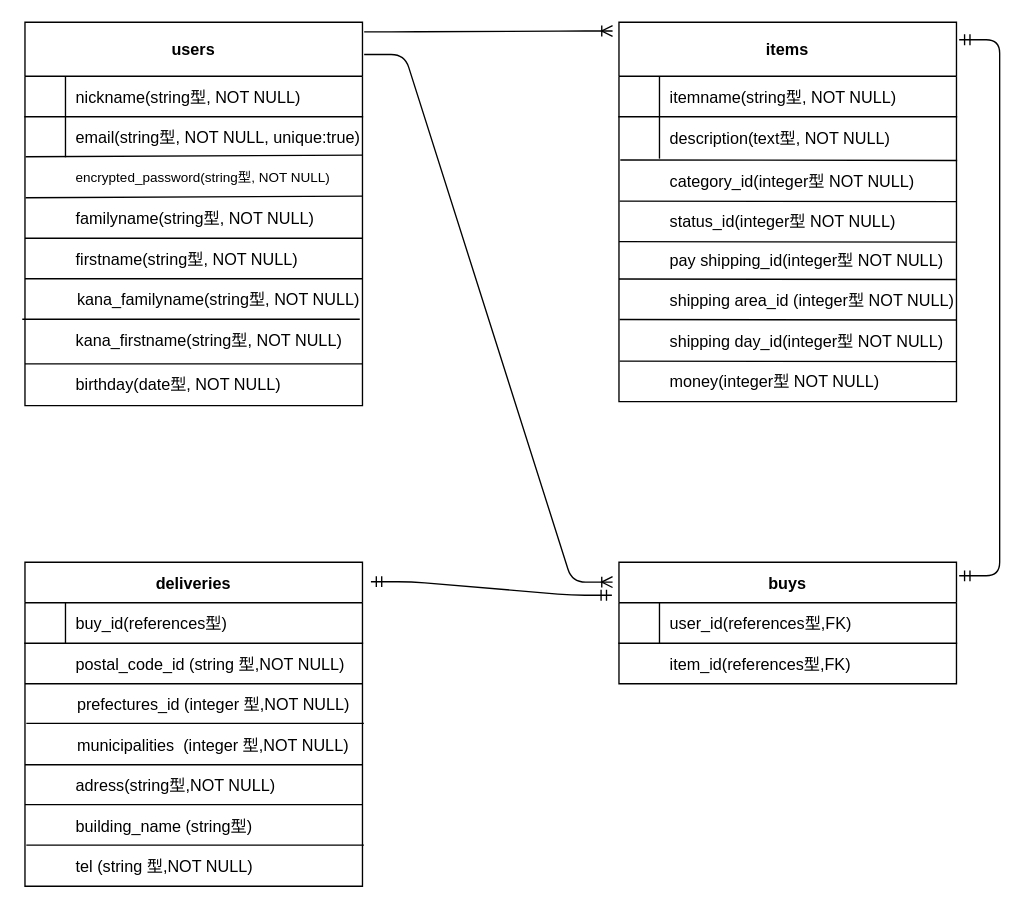
This is 名称未設定ファイル.drawio from Re-OKMT/furima-34736, a draw.io file, before an edit. Source tidied: cells renumbered, new cells numbered last; positions are measured from the earlier drawing's top-left corner, leaving out a move shared by most shapes. Both pictures are drawn from the tidied source at 135%, with x=0, y=0 at pixel (22, 22).
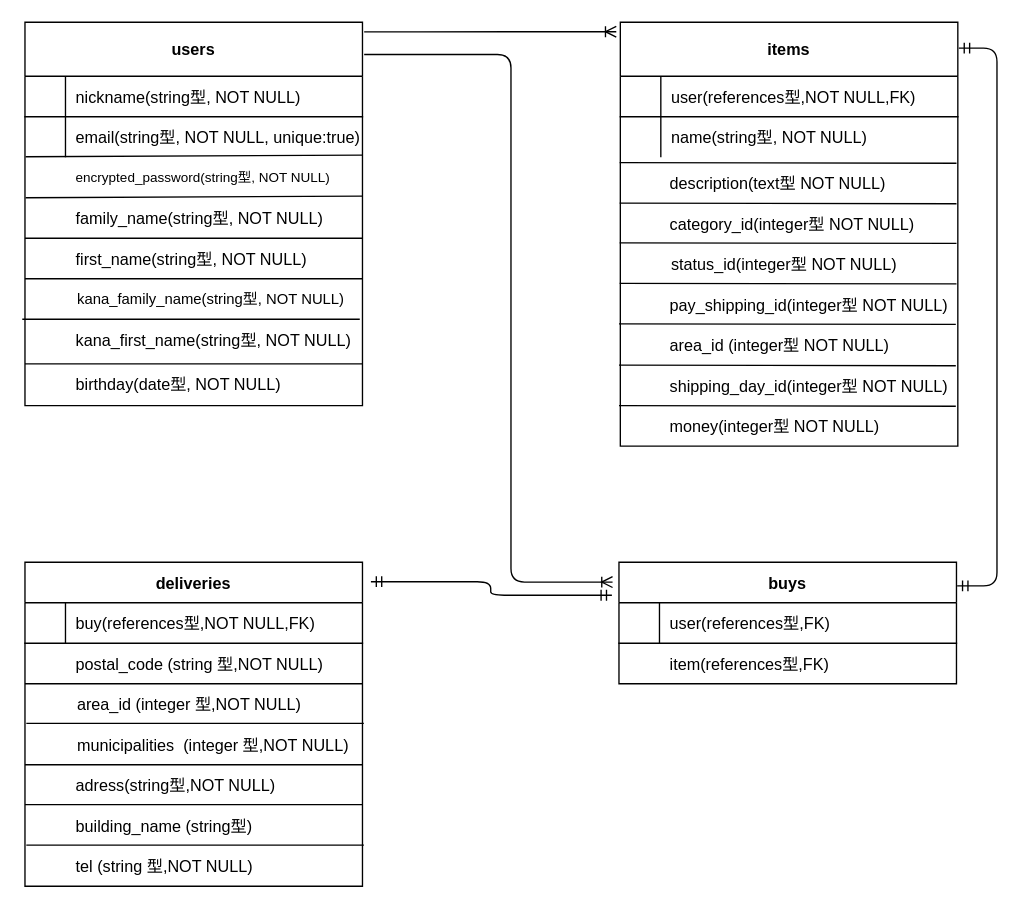
Above is the later version.

Commit message:
名称未設定ファイル.drawio を更新します

Unchanged cells that the change refers to:
```xml
<mxCell id="2" value="buys" style="shape=table;startSize=30;childLayout=tableLayout;rowLines=0;fontStyle=1;align=center;" parent="1" vertex="1">
  <mxGeometry x="442" y="400" width="250" height="90" as="geometry" />
</mxCell>
<mxCell id="3" style="shape=partialRectangle;fillColor=none;points=[[0,0.5],[1,0.5]];portConstraint=eastwest;top=0;left=0;right=0;bottom=1;fontStyle=0;" parent="2" vertex="1">
  <mxGeometry y="30" width="250" height="30" as="geometry" />
</mxCell>
<mxCell id="6" value="users" style="shape=table;startSize=40;childLayout=tableLayout;rowLines=0;fontStyle=1;align=center;" parent="1" vertex="1">
  <mxGeometry x="2" width="250" height="284" as="geometry" />
</mxCell>
<mxCell id="22" value="deliveries" style="shape=table;startSize=30;childLayout=tableLayout;rowLines=0;fontStyle=1;align=center;" parent="1" vertex="1">
  <mxGeometry x="2" y="400" width="250" height="240" as="geometry" />
</mxCell>
```

The edit, as a diff of the source:
```diff
@@
+    <mxCell id="43" value="items" style="shape=table;startSize=40;childLayout=tableLayout;rowLines=0;fontStyle=1;align=center;" parent="1" vertex="1">
+      <mxGeometry x="443" width="250" height="314" as="geometry" />
+    </mxCell>
+    <mxCell id="44" style="shape=partialRectangle;fillColor=none;top=0;left=0;right=0;bottom=1;" parent="43" vertex="1">
+      <mxGeometry y="40" width="250" height="30" as="geometry" />
+    </mxCell>
+    <mxCell id="45" style="shape=partialRectangle;overflow=hidden;fillColor=none;top=0;left=0;bottom=0;right=0;fontStyle=1;" parent="44" vertex="1">
+      <mxGeometry width="30" height="30" as="geometry" />
+    </mxCell>
+    <mxCell id="66" value="user(references型,NOT NULL,FK)" style="shape=partialRectangle;overflow=hidden;fillColor=none;top=0;left=0;bottom=0;right=0;align=left;spacingLeft=6;fontStyle=0;" parent="44" vertex="1">
+      <mxGeometry x="30" width="220" height="30" as="geometry" />
+    </mxCell>
+    <mxCell id="67" style="shape=partialRectangle;fillColor=none;top=0;left=0;right=0;bottom=0;fontStyle=0;" parent="43" vertex="1">
+      <mxGeometry y="70" width="250" height="30" as="geometry" />
+    </mxCell>
+    <mxCell id="68" style="shape=partialRectangle;overflow=hidden;fillColor=none;top=0;left=0;bottom=0;right=0;fontStyle=0;" parent="67" vertex="1">
+      <mxGeometry width="30" height="30" as="geometry" />
+    </mxCell>
+    <mxCell id="69" value="name(string型, NOT NULL)" style="shape=partialRectangle;overflow=hidden;fillColor=none;top=0;left=0;bottom=0;right=0;align=left;spacingLeft=6;fontStyle=0;" parent="67" vertex="1">
+      <mxGeometry x="30" width="220" height="30" as="geometry" />
+    </mxCell>
+    <mxCell id="64" style="edgeStyle=orthogonalEdgeStyle;fontSize=12;html=1;endArrow=ERmandOne;startArrow=ERmandOne;exitX=1.002;exitY=0.194;exitDx=0;exitDy=0;exitPerimeter=0;entryX=1.003;entryY=0.061;entryDx=0;entryDy=0;entryPerimeter=0;" parent="1" edge="1" source="2" target="43">
+      <mxGeometry relative="1" as="geometry">
+        <Array as="points">
+          <mxPoint x="722" y="417" />
+          <mxPoint x="722" y="19" />
+        </Array>
+      </mxGeometry>
+    </mxCell>
@@
-    <mxCell id="5" value="user_id(references型,FK)" style="shape=partialRectangle;overflow=hidden;fillColor=none;top=0;left=0;bottom=0;right=0;align=left;spacingLeft=6;fontStyle=0;" parent="3" vertex="1">
+    <mxCell id="5" value="user(references型,FK)" style="shape=partialRectangle;overflow=hidden;fillColor=none;top=0;left=0;bottom=0;right=0;align=left;spacingLeft=6;fontStyle=0;" parent="3" vertex="1">
       <mxGeometry x="30" width="220" height="30" as="geometry" />
     </mxCell>
@@
-    <mxCell id="17" value="familyname(string型, NOT NULL)" style="shape=partialRectangle;overflow=hidden;fillColor=none;top=0;left=0;bottom=0;right=0;align=left;spacingLeft=6;fontStyle=0;" parent="1" vertex="1">
+    <mxCell id="17" value="family_name(string型, NOT NULL)" style="shape=partialRectangle;overflow=hidden;fillColor=none;top=0;left=0;bottom=0;right=0;align=left;spacingLeft=6;fontStyle=0;" parent="1" vertex="1">
       <mxGeometry x="32" y="130" width="220" height="30" as="geometry" />
     </mxCell>
@@
-    <mxCell id="19" value="firstname(string型, NOT NULL)" style="shape=partialRectangle;overflow=hidden;fillColor=none;top=0;left=0;bottom=0;right=0;align=left;spacingLeft=6;fontStyle=0;" parent="1" vertex="1">
+    <mxCell id="19" value="first_name(string型, NOT NULL)" style="shape=partialRectangle;overflow=hidden;fillColor=none;top=0;left=0;bottom=0;right=0;align=left;spacingLeft=6;fontStyle=0;" parent="1" vertex="1">
       <mxGeometry x="32" y="160" width="220" height="30" as="geometry" />
     </mxCell>
@@
-    <mxCell id="26" value="buy_id(references型)" style="shape=partialRectangle;overflow=hidden;fillColor=none;top=0;left=0;bottom=0;right=0;align=left;spacingLeft=6;fontStyle=0;" parent="1" vertex="1">
+    <mxCell id="26" value="buy(references型,NOT NULL,FK)" style="shape=partialRectangle;overflow=hidden;fillColor=none;top=0;left=0;bottom=0;right=0;align=left;spacingLeft=6;fontStyle=0;" parent="1" vertex="1">
       <mxGeometry x="32" y="430" width="220" height="30" as="geometry" />
     </mxCell>
@@
-    <mxCell id="28" value="kana_firstname(string型, NOT NULL)" style="shape=partialRectangle;overflow=hidden;fillColor=none;top=0;left=0;bottom=0;right=0;align=left;spacingLeft=6;fontStyle=0;" parent="1" vertex="1">
+    <mxCell id="28" value="kana_first_name(string型, NOT NULL)" style="shape=partialRectangle;overflow=hidden;fillColor=none;top=0;left=0;bottom=0;right=0;align=left;spacingLeft=6;fontStyle=0;" parent="1" vertex="1">
       <mxGeometry x="32" y="220" width="220" height="30" as="geometry" />
     </mxCell>
@@
-    <mxCell id="30" value="kana_familyname(string型, NOT NULL)" style="shape=partialRectangle;overflow=hidden;fillColor=none;top=0;left=0;bottom=0;right=0;align=left;spacingLeft=6;fontStyle=0;" parent="1" vertex="1">
+    <mxCell id="30" value="kana_family_name(string型, NOT NULL)" style="shape=partialRectangle;overflow=hidden;fillColor=none;top=0;left=0;bottom=0;right=0;align=left;spacingLeft=6;fontStyle=0;fontSize=11;" parent="1" vertex="1">
       <mxGeometry x="33" y="190" width="220" height="30" as="geometry" />
     </mxCell>
@@
-    <mxCell id="33" value="postal_code_id (string 型,NOT NULL)" style="shape=partialRectangle;overflow=hidden;fillColor=none;top=0;left=0;bottom=0;right=0;align=left;spacingLeft=6;fontStyle=0;fontSize=12;" parent="1" vertex="1">
+    <mxCell id="33" value="postal_code (string 型,NOT NULL)" style="shape=partialRectangle;overflow=hidden;fillColor=none;top=0;left=0;bottom=0;right=0;align=left;spacingLeft=6;fontStyle=0;fontSize=12;" parent="1" vertex="1">
       <mxGeometry x="32" y="460" width="220" height="30" as="geometry" />
     </mxCell>
-    <mxCell id="34" value="prefectures_id (integer  型,NOT NULL)" style="shape=partialRectangle;overflow=hidden;fillColor=none;top=0;left=0;bottom=0;right=0;align=left;spacingLeft=6;fontStyle=0;fontSize=12;" parent="1" vertex="1">
+    <mxCell id="34" value="area_id (integer  型,NOT NULL)" style="shape=partialRectangle;overflow=hidden;fillColor=none;top=0;left=0;bottom=0;right=0;align=left;spacingLeft=6;fontStyle=0;fontSize=12;" parent="1" vertex="1">
       <mxGeometry x="33" y="490" width="220" height="30" as="geometry" />
     </mxCell>
@@
-    <mxCell id="42" value="item_id(references型,FK)" style="shape=partialRectangle;overflow=hidden;fillColor=none;top=0;left=0;bottom=0;right=0;align=left;spacingLeft=6;fontStyle=0;" parent="1" vertex="1">
+    <mxCell id="42" value="item(references型,FK)" style="shape=partialRectangle;overflow=hidden;fillColor=none;top=0;left=0;bottom=0;right=0;align=left;spacingLeft=6;fontStyle=0;" parent="1" vertex="1">
       <mxGeometry x="472" y="460" width="220" height="30" as="geometry" />
     </mxCell>
-    <mxCell id="43" value="items" style="shape=table;startSize=40;childLayout=tableLayout;rowLines=0;fontStyle=1;align=center;" parent="1" vertex="1">
-      <mxGeometry x="442" width="250" height="281" as="geometry" />
-    </mxCell>
-    <mxCell id="44" style="shape=partialRectangle;fillColor=none;top=0;left=0;right=0;bottom=1;" parent="43" vertex="1">
-      <mxGeometry y="40" width="250" height="30" as="geometry" />
-    </mxCell>
-    <mxCell id="45" style="shape=partialRectangle;overflow=hidden;fillColor=none;top=0;left=0;bottom=0;right=0;fontStyle=1;" parent="44" vertex="1">
-      <mxGeometry width="30" height="30" as="geometry" />
-    </mxCell>
-    <mxCell id="46" value="itemname(string型, NOT NULL)" style="shape=partialRectangle;overflow=hidden;fillColor=none;top=0;left=0;bottom=0;right=0;align=left;spacingLeft=6;fontStyle=0;" parent="44" vertex="1">
-      <mxGeometry x="30" width="220" height="30" as="geometry" />
-    </mxCell>
-    <mxCell id="47" style="endArrow=none;html=1;entryX=1.002;entryY=1.044;entryDx=0;entryDy=0;entryPerimeter=0;fontStyle=0;" parent="43" edge="1" target="48">
-      <mxGeometry relative="1" as="geometry">
-        <mxPoint x="1" y="102" as="sourcePoint" />
-      </mxGeometry>
-    </mxCell>
-    <mxCell id="48" style="shape=partialRectangle;fillColor=none;points=[[0,0.5],[1,0.5]];portConstraint=eastwest;top=0;left=0;right=0;bottom=0;fontStyle=0;" parent="43" vertex="1">
-      <mxGeometry y="70" width="250" height="31" as="geometry" />
-    </mxCell>
-    <mxCell id="49" style="shape=partialRectangle;overflow=hidden;fillColor=none;top=0;left=0;bottom=0;right=0;fontStyle=0;" parent="48" vertex="1">
-      <mxGeometry width="30" height="31" as="geometry" />
-    </mxCell>
-    <mxCell id="50" value="description(text型, NOT NULL)" style="shape=partialRectangle;overflow=hidden;fillColor=none;top=0;left=0;bottom=0;right=0;align=left;spacingLeft=6;fontStyle=0;" parent="48" vertex="1">
-      <mxGeometry x="30" width="220" height="31" as="geometry" />
-    </mxCell>
     <mxCell id="51" value="category_id(integer型 NOT NULL)" style="shape=partialRectangle;overflow=hidden;fillColor=none;top=0;left=0;bottom=0;right=0;align=left;spacingLeft=6;fontStyle=0;" parent="1" vertex="1">
-      <mxGeometry x="472" y="102.5" width="220" height="30" as="geometry" />
+      <mxGeometry x="472" y="134" width="220" height="30" as="geometry" />
     </mxCell>
     <mxCell id="52" style="endArrow=none;html=1;entryX=1.002;entryY=1.044;entryDx=0;entryDy=0;entryPerimeter=0;fontStyle=0;" parent="1" edge="1">
       <mxGeometry relative="1" as="geometry">
-        <mxPoint x="442.5" y="132.5" as="sourcePoint" />
-        <mxPoint x="692" y="132.9" as="targetPoint" />
+        <mxPoint x="442.5" y="163.4" as="sourcePoint" />
+        <mxPoint x="692" y="163.8" as="targetPoint" />
       </mxGeometry>
     </mxCell>
     <mxCell id="53" value="status_id(integer型 NOT NULL)" style="shape=partialRectangle;overflow=hidden;fillColor=none;top=0;left=0;bottom=0;right=0;align=left;spacingLeft=6;fontStyle=0;" parent="1" vertex="1">
-      <mxGeometry x="472" y="132.5" width="220" height="30" as="geometry" />
+      <mxGeometry x="473" y="164" width="220" height="30" as="geometry" />
     </mxCell>
     <mxCell id="54" style="endArrow=none;html=1;entryX=1.002;entryY=1.044;entryDx=0;entryDy=0;entryPerimeter=0;fontStyle=0;" parent="1" edge="1">
       <mxGeometry relative="1" as="geometry">
-        <mxPoint x="442" y="162.5" as="sourcePoint" />
-        <mxPoint x="691.5" y="162.9" as="targetPoint" />
+        <mxPoint x="442.5" y="193.4" as="sourcePoint" />
+        <mxPoint x="692" y="193.8" as="targetPoint" />
       </mxGeometry>
     </mxCell>
-    <mxCell id="55" value="pay shipping_id(integer型 NOT NULL)" style="shape=partialRectangle;overflow=hidden;fillColor=none;top=0;left=0;bottom=0;right=0;align=left;spacingLeft=6;fontStyle=0;" parent="1" vertex="1">
-      <mxGeometry x="472" y="161" width="220" height="30" as="geometry" />
+    <mxCell id="55" value="pay_shipping_id(integer型 NOT NULL)" style="shape=partialRectangle;overflow=hidden;fillColor=none;top=0;left=0;bottom=0;right=0;align=left;spacingLeft=6;fontStyle=0;" parent="1" vertex="1">
+      <mxGeometry x="472" y="194" width="220" height="30" as="geometry" />
     </mxCell>
     <mxCell id="56" style="endArrow=none;html=1;entryX=1.002;entryY=1.044;entryDx=0;entryDy=0;entryPerimeter=0;fontStyle=0;" parent="1" edge="1">
       <mxGeometry relative="1" as="geometry">
-        <mxPoint x="442" y="190.2" as="sourcePoint" />
-        <mxPoint x="691.5" y="190.5" as="targetPoint" />
+        <mxPoint x="442" y="223.4" as="sourcePoint" />
+        <mxPoint x="691.5" y="223.8" as="targetPoint" />
       </mxGeometry>
     </mxCell>
-    <mxCell id="57" value="shipping area_id (integer型 NOT NULL)" style="shape=partialRectangle;overflow=hidden;fillColor=none;top=0;left=0;bottom=0;right=0;align=left;spacingLeft=6;fontStyle=0;" parent="1" vertex="1">
-      <mxGeometry x="472" y="191" width="220" height="30" as="geometry" />
+    <mxCell id="57" value="area_id (integer型 NOT NULL)" style="shape=partialRectangle;overflow=hidden;fillColor=none;top=0;left=0;bottom=0;right=0;align=left;spacingLeft=6;fontStyle=0;" parent="1" vertex="1">
+      <mxGeometry x="472" y="224" width="220" height="30" as="geometry" />
     </mxCell>
-    <mxCell id="58" value="shipping day_id(integer型 NOT NULL)" style="shape=partialRectangle;overflow=hidden;fillColor=none;top=0;left=0;bottom=0;right=0;align=left;spacingLeft=6;fontStyle=0;" parent="1" vertex="1">
-      <mxGeometry x="472" y="221" width="220" height="30" as="geometry" />
+    <mxCell id="58" value="shipping_day_id(integer型 NOT NULL)" style="shape=partialRectangle;overflow=hidden;fillColor=none;top=0;left=0;bottom=0;right=0;align=left;spacingLeft=6;fontStyle=0;" parent="1" vertex="1">
+      <mxGeometry x="472" y="254" width="220" height="30" as="geometry" />
     </mxCell>
     <mxCell id="59" style="endArrow=none;html=1;entryX=1.002;entryY=1.044;entryDx=0;entryDy=0;entryPerimeter=0;fontStyle=0;" parent="1" edge="1">
       <mxGeometry relative="1" as="geometry">
-        <mxPoint x="442.5" y="220.2" as="sourcePoint" />
-        <mxPoint x="692" y="220.5" as="targetPoint" />
+        <mxPoint x="442" y="254" as="sourcePoint" />
+        <mxPoint x="691.5" y="254.4" as="targetPoint" />
       </mxGeometry>
     </mxCell>
     <mxCell id="60" style="endArrow=none;html=1;entryX=1.002;entryY=1.044;entryDx=0;entryDy=0;entryPerimeter=0;fontStyle=0;" parent="1" edge="1">
       <mxGeometry relative="1" as="geometry">
-        <mxPoint x="442.5" y="251" as="sourcePoint" />
-        <mxPoint x="692" y="251.4" as="targetPoint" />
+        <mxPoint x="442" y="284" as="sourcePoint" />
+        <mxPoint x="691.5" y="284.4" as="targetPoint" />
       </mxGeometry>
     </mxCell>
     <mxCell id="61" value="money(integer型 NOT NULL)" style="shape=partialRectangle;overflow=hidden;fillColor=none;top=0;left=0;bottom=0;right=0;align=left;spacingLeft=6;fontStyle=0;" parent="1" vertex="1">
-      <mxGeometry x="472" y="251" width="220" height="30" as="geometry" />
+      <mxGeometry x="472" y="284" width="220" height="30" as="geometry" />
     </mxCell>
-    <mxCell id="62" style="edgeStyle=entityRelationEdgeStyle;fontSize=12;html=1;endArrow=ERoneToMany;exitX=1.005;exitY=0.025;exitDx=0;exitDy=0;exitPerimeter=0;entryX=-0.019;entryY=0.023;entryDx=0;entryDy=0;entryPerimeter=0;" parent="1" edge="1" source="6" target="43">
-      <mxGeometry relative="1" as="geometry" />
+    <mxCell id="62" style="edgeStyle=entityRelationEdgeStyle;fontSize=12;html=1;endArrow=ERoneToMany;exitX=1.005;exitY=0.025;exitDx=0;exitDy=0;exitPerimeter=0;" parent="1" edge="1" source="6">
+      <mxGeometry relative="1" as="geometry">
+        <mxPoint x="440" y="7" as="targetPoint" />
+      </mxGeometry>
     </mxCell>
-    <mxCell id="63" style="edgeStyle=entityRelationEdgeStyle;fontSize=12;html=1;endArrow=ERoneToMany;exitX=1.005;exitY=0.084;exitDx=0;exitDy=0;exitPerimeter=0;entryX=-0.019;entryY=0.163;entryDx=0;entryDy=0;entryPerimeter=0;" parent="1" edge="1" source="6" target="2">
-      <mxGeometry relative="1" as="geometry" />
+    <mxCell id="63" style="edgeStyle=orthogonalEdgeStyle;fontSize=12;html=1;endArrow=ERoneToMany;exitX=1.005;exitY=0.084;exitDx=0;exitDy=0;exitPerimeter=0;entryX=-0.019;entryY=0.163;entryDx=0;entryDy=0;entryPerimeter=0;" parent="1" edge="1" source="6" target="2">
+      <mxGeometry relative="1" as="geometry">
+        <Array as="points">
+          <mxPoint x="362" y="24" />
+          <mxPoint x="362" y="415" />
+        </Array>
+      </mxGeometry>
     </mxCell>
-    <mxCell id="64" style="edgeStyle=entityRelationEdgeStyle;fontSize=12;html=1;endArrow=ERmandOne;startArrow=ERmandOne;entryX=1.008;entryY=0.046;entryDx=0;entryDy=0;entryPerimeter=0;" parent="1" edge="1" target="43">
-      <mxGeometry relative="1" as="geometry">
-        <mxPoint x="694" y="410" as="sourcePoint" />
-      </mxGeometry>
-    </mxCell>
-    <mxCell id="65" style="edgeStyle=entityRelationEdgeStyle;fontSize=12;html=1;endArrow=ERmandOne;startArrow=ERmandOne;entryX=-0.021;entryY=-0.186;entryDx=0;entryDy=0;entryPerimeter=0;exitX=1.025;exitY=0.06;exitDx=0;exitDy=0;exitPerimeter=0;" parent="1" edge="1" source="22" target="3">
+    <mxCell id="65" style="edgeStyle=orthogonalEdgeStyle;fontSize=12;html=1;endArrow=ERmandOne;startArrow=ERmandOne;entryX=-0.021;entryY=-0.186;entryDx=0;entryDy=0;entryPerimeter=0;exitX=1.025;exitY=0.06;exitDx=0;exitDy=0;exitPerimeter=0;" parent="1" edge="1" source="22" target="3">
       <mxGeometry relative="1" as="geometry" />
     </mxCell>
+    <mxCell id="70" value="description(text型 NOT NULL)" style="shape=partialRectangle;overflow=hidden;fillColor=none;top=0;left=0;bottom=0;right=0;align=left;spacingLeft=6;fontStyle=0;" parent="1" vertex="1">
+      <mxGeometry x="472" y="104" width="220" height="30" as="geometry" />
+    </mxCell>
+    <mxCell id="71" style="endArrow=none;html=1;entryX=1.002;entryY=1.044;entryDx=0;entryDy=0;entryPerimeter=0;fontStyle=0;" parent="1" edge="1">
+      <mxGeometry relative="1" as="geometry">
+        <mxPoint x="442.5" y="104" as="sourcePoint" />
+        <mxPoint x="692" y="104.4" as="targetPoint" />
+      </mxGeometry>
+    </mxCell>
+    <mxCell id="72" style="endArrow=none;html=1;entryX=1.002;entryY=1.044;entryDx=0;entryDy=0;entryPerimeter=0;fontStyle=0;" parent="1" edge="1">
+      <mxGeometry relative="1" as="geometry">
+        <mxPoint x="442.5" y="134" as="sourcePoint" />
+        <mxPoint x="692" y="134.4" as="targetPoint" />
+      </mxGeometry>
+    </mxCell>
```
